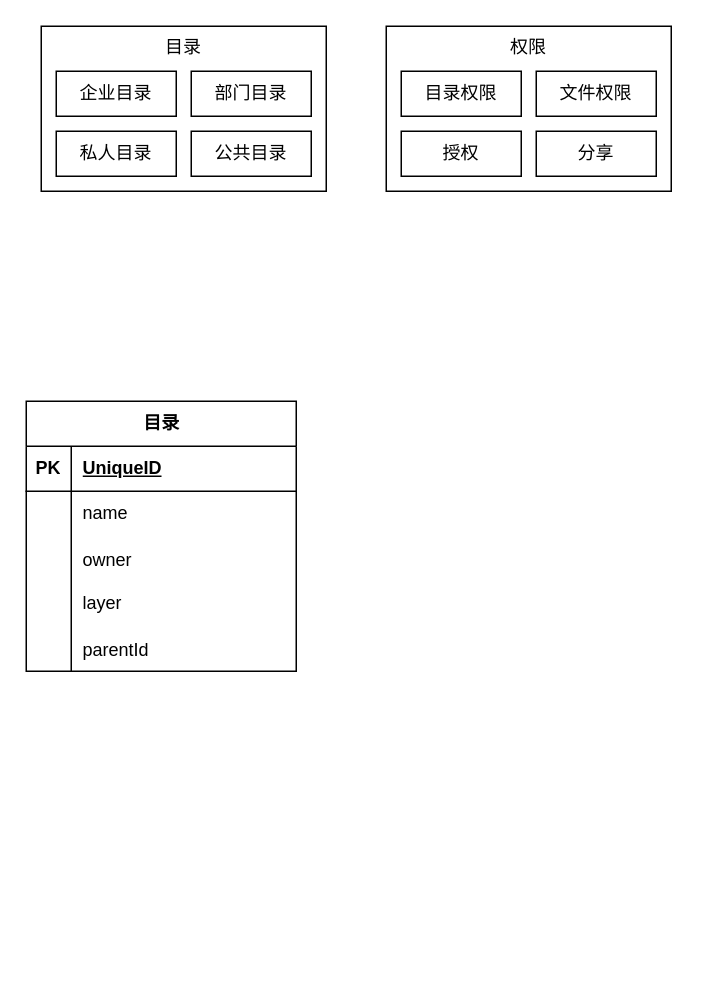
Above: page "企业网盘" (4 of 4) of StreamOA架构设计.drawio in zebra-min/my-design (draw.io), before the change. Source tidied: cells renumbered, new cells numbered last; positions are measured from the earlier drawing's top-left corner, leaving out a move shared by most shapes. Both pictures are drawn from the tidied source at 150%, with x=0, y=0 at pixel (26, 26).
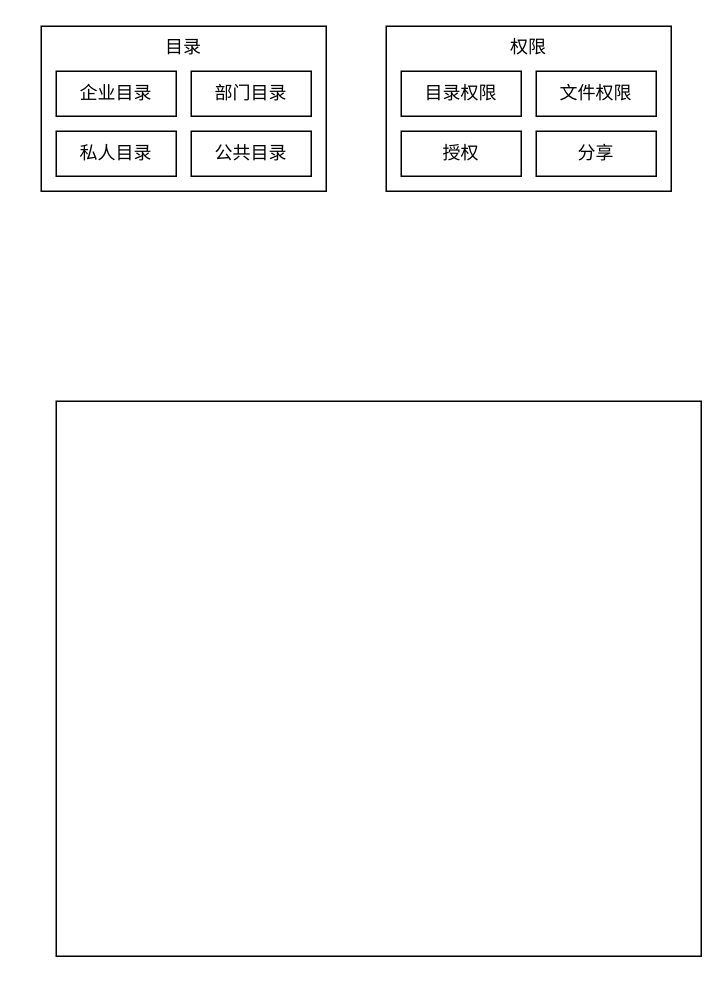
The same page after the edit.

Diff of the diagram source:
```diff
@@
-    <mxCell id="8" value="目录" style="shape=table;startSize=30;childLayout=tableLayout;rowLines=0;fontStyle=1;align=center;html=1;" parent="1" vertex="1">
-      <mxGeometry y="250" width="180" height="180" as="geometry" />
-    </mxCell>
-    <mxCell id="9" style="shape=tableRow;horizontal=0;startSize=0;swimlaneHead=0;swimlaneBody=0;fillColor=none;top=0;left=0;right=0;bottom=1;" parent="8" vertex="1">
-      <mxGeometry y="30" width="180" height="30" as="geometry" />
-    </mxCell>
-    <mxCell id="10" value="PK" style="shape=partialRectangle;fillColor=none;top=0;left=0;bottom=0;right=0;fontStyle=1;overflow=hidden;whiteSpace=wrap;html=1;" parent="9" vertex="1">
-      <mxGeometry width="30" height="30" as="geometry" />
-    </mxCell>
-    <mxCell id="11" value="UniqueID" style="shape=partialRectangle;fillColor=none;top=0;left=0;bottom=0;right=0;align=left;spacingLeft=6;fontStyle=5;overflow=hidden;whiteSpace=wrap;html=1;" parent="9" vertex="1">
-      <mxGeometry x="30" width="150" height="30" as="geometry" />
-    </mxCell>
-    <mxCell id="12" style="shape=tableRow;horizontal=0;startSize=0;swimlaneHead=0;swimlaneBody=0;fillColor=none;top=0;left=0;right=0;bottom=0;" parent="8" vertex="1">
-      <mxGeometry y="60" width="180" height="30" as="geometry" />
-    </mxCell>
-    <mxCell id="13" style="shape=partialRectangle;fillColor=none;top=0;left=0;bottom=0;right=0;overflow=hidden;whiteSpace=wrap;html=1;" parent="12" vertex="1">
-      <mxGeometry width="30" height="30" as="geometry" />
-    </mxCell>
-    <mxCell id="14" value="name" style="shape=partialRectangle;fillColor=none;top=0;left=0;bottom=0;right=0;align=left;spacingLeft=6;overflow=hidden;whiteSpace=wrap;html=1;" parent="12" vertex="1">
-      <mxGeometry x="30" width="150" height="30" as="geometry" />
-    </mxCell>
-    <mxCell id="15" style="shape=tableRow;horizontal=0;startSize=0;swimlaneHead=0;swimlaneBody=0;fillColor=none;top=0;left=0;right=0;bottom=0;" parent="8" vertex="1">
-      <mxGeometry y="90" width="180" height="30" as="geometry" />
-    </mxCell>
-    <mxCell id="16" style="shape=partialRectangle;fillColor=none;top=0;left=0;bottom=0;right=0;overflow=hidden;" parent="15" vertex="1">
-      <mxGeometry width="30" height="30" as="geometry" />
-    </mxCell>
-    <mxCell id="17" value="owner" style="shape=partialRectangle;fillColor=none;top=0;left=0;bottom=0;right=0;align=left;spacingLeft=6;overflow=hidden;" parent="15" vertex="1">
-      <mxGeometry x="30" width="150" height="30" as="geometry" />
-    </mxCell>
-    <mxCell id="18" style="shape=tableRow;horizontal=0;startSize=0;swimlaneHead=0;swimlaneBody=0;fillColor=none;top=0;left=0;right=0;bottom=0;" parent="8" vertex="1">
-      <mxGeometry y="120" width="180" height="30" as="geometry" />
-    </mxCell>
-    <mxCell id="19" style="shape=partialRectangle;fillColor=none;top=0;left=0;bottom=0;right=0;overflow=hidden;whiteSpace=wrap;html=1;" parent="18" vertex="1">
-      <mxGeometry width="30" height="30" as="geometry" />
-    </mxCell>
-    <mxCell id="20" value="layer" style="shape=partialRectangle;fillColor=none;top=0;left=0;bottom=0;right=0;align=left;spacingLeft=6;overflow=hidden;whiteSpace=wrap;html=1;" parent="18" vertex="1">
-      <mxGeometry x="30" width="150" height="30" as="geometry" />
-    </mxCell>
-    <mxCell id="21" style="shape=tableRow;horizontal=0;startSize=0;swimlaneHead=0;swimlaneBody=0;fillColor=none;top=0;left=0;right=0;bottom=0;" parent="8" vertex="1">
-      <mxGeometry y="150" width="180" height="30" as="geometry" />
-    </mxCell>
-    <mxCell id="22" style="shape=partialRectangle;fillColor=none;top=0;left=0;bottom=0;right=0;overflow=hidden;" parent="21" vertex="1">
-      <mxGeometry width="30" height="30" as="geometry" />
-    </mxCell>
-    <mxCell id="23" value="parentId" style="shape=partialRectangle;fillColor=none;top=0;left=0;bottom=0;right=0;align=left;spacingLeft=6;overflow=hidden;" parent="21" vertex="1">
-      <mxGeometry x="30" width="150" height="30" as="geometry" />
-    </mxCell>
@@
+    <mxCell id="28" style="rounded=0;whiteSpace=wrap;html=1;" parent="1" vertex="1">
+      <mxGeometry x="20" y="250" width="430" height="370" as="geometry" />
+    </mxCell>
```
